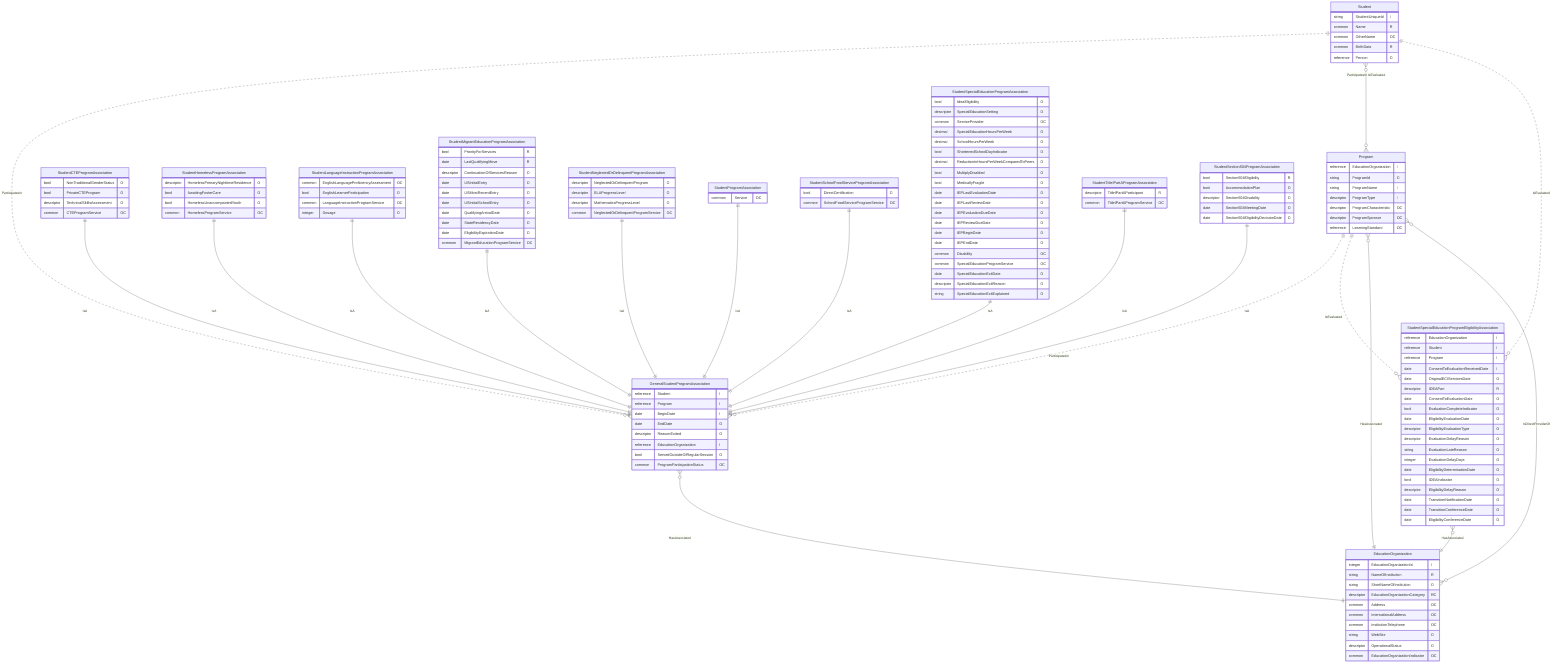
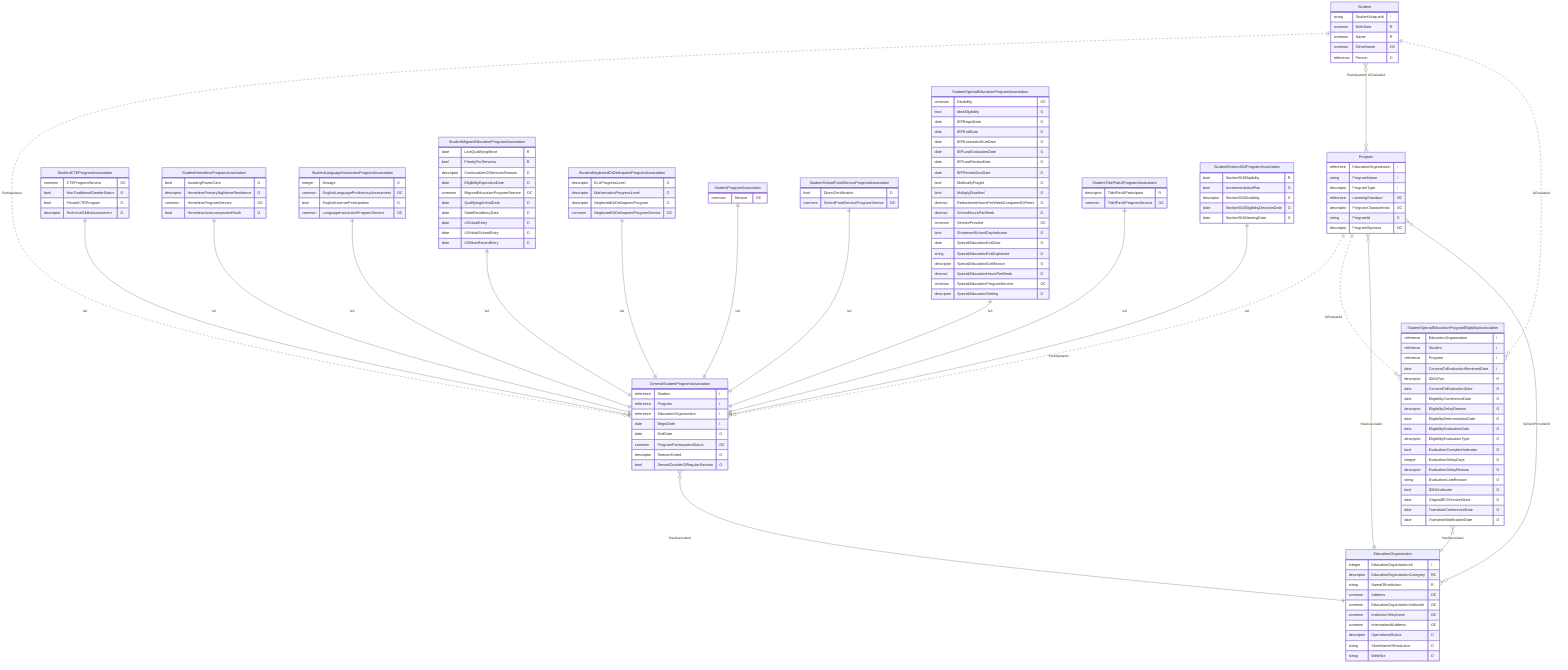
﻿erDiagram
    Program {
        reference EducationOrganization "I"
-         string ProgramId "O"
        string ProgramName "I"
        descriptor ProgramType "I"
+         reference LearningStandard "OC"
        descriptor ProgramCharacteristic "OC"
+         string ProgramId "O"
        descriptor ProgramSponsor "OC"
-         reference LearningStandard "OC"
    }
    Student {
        string StudentUniqueId "I"
+         common BirthData "R"
        common Name "R"
        common OtherName "OC"
-         common BirthData "R"
        reference Person "O"
    }
    EducationOrganization {
        integer EducationOrganizationId "I"
+         descriptor EducationOrganizationCategory "RC"
        string NameOfInstitution "R"
+         common Address "OC"
+         common EducationOrganizationIndicator "OC"
+         common InstitutionTelephone "OC"
+         common InternationalAddress "OC"
+         descriptor OperationalStatus "O"
        string ShortNameOfInstitution "O"
-         descriptor EducationOrganizationCategory "RC"
-         common Address "OC"
-         common InternationalAddress "OC"
-         common InstitutionTelephone "OC"
        string WebSite "O"
-         descriptor OperationalStatus "O"
-         common EducationOrganizationIndicator "OC"
    }
    GeneralStudentProgramAssociation {
        reference Student "I"
-         reference Program "I"
-         date BeginDate "I"
+ 		reference Program "I"
+ 		reference EducationOrganization "I"
+ 		date BeginDate "I"
        date EndDate "O"
+         common ProgramParticipationStatus "OC"
        descriptor ReasonExited "O"
-         reference EducationOrganization "I"
        bool ServedOutsideOfRegularSession "O"
-         common ProgramParticipationStatus "OC"
    }
    StudentCTEProgramAssociation {
+         common CTEProgramService "OC"
        bool NonTraditionalGenderStatus "O"
        bool PrivateCTEProgram "O"
        descriptor TechnicalSkillsAssessment "O"
-         common CTEProgramService "OC"
    }
    StudentHomelessProgramAssociation {
+         bool AwaitingFosterCare "O"
        descriptor HomelessPrimaryNighttimeResidence "O"
-         bool AwaitingFosterCare "O"
+         common HomelessProgramService "OC"
        bool HomelessUnaccompaniedYouth "O"
-         common HomelessProgramService "OC"
    }
    StudentLanguageInstructionProgramAssociation {
+         integer Dosage "O"
        common EnglishLanguageProficiencyAssessment "OC"
        bool EnglishLearnerParticipation "O"
        common LanguageInstructionProgramService "OC"
-         integer Dosage "O"
    }
    StudentMigrantEducationProgramAssociation {
+         date LastQualifyingMove "R"
        bool PriorityForServices "R"
-         date LastQualifyingMove "R"
        descriptor ContinuationOfServicesReason "O"
-         date USInitialEntry "O"
-         date USMostRecentEntry "O"
-         date USInitialSchoolEntry "O"
+         date EligibilityExpirationDate "O"
+         common MigrantEducationProgramService "OC"
        date QualifyingArrivalDate "O"
        date StateResidencyDate "O"
-         date EligibilityExpirationDate "O"
-         common MigrantEducationProgramService "OC"
+         date USInitialEntry "O"
+         date USInitialSchoolEntry "O"
+         date USMostRecentEntry "O"
    }
    StudentNeglectedOrDelinquentProgramAssociation {
-         descriptor NeglectedOrDelinquentProgram "O"
        descriptor ELAProgressLevel "O"
        descriptor MathematicsProgressLevel "O"
+         descriptor NeglectedOrDelinquentProgram "O"
        common NeglectedOrDelinquentProgramService "OC"
    }
    StudentProgramAssociation {
        common Service "OC"
    }
    StudentSchoolFoodServiceProgramAssociation {
        bool DirectCertification "O"
        common SchoolFoodServiceProgramService "OC"
    }
    StudentSpecialEducationProgramAssociation {
+         common Disability "OC"
        bool IdeaEligibility "O"
-         descriptor SpecialEducationSetting "O"
-         common ServiceProvider "OC"
-         decimal SpecialEducationHoursPerWeek "O"
-         decimal SchoolHoursPerWeek "O"
-         bool ShortenedSchoolDayIndicator "O"
-         decimal ReductionInHoursPerWeekComparedToPeers "O"
-         bool MultiplyDisabled "O"
-         bool MedicallyFragile "O"
+         date IEPBeginDate "O"
+         date IEPEndDate "O"
+         date IEPEvaluationDueDate "O"
        date IEPLastEvaluationDate "O"
        date IEPLastReviewDate "O"
-         date IEPEvaluationDueDate "O"
        date IEPReviewDueDate "O"
-         date IEPBeginDate "O"
-         date IEPEndDate "O"
-         common Disability "OC"
+         bool MedicallyFragile "O"
+         bool MultiplyDisabled "O"
+         decimal ReductionInHoursPerWeekComparedToPeers "O"
+         decimal SchoolHoursPerWeek "O"
+         common ServiceProvider "OC"
+         bool ShortenedSchoolDayIndicator "O"
+         date SpecialEducationExitDate "O"
+         string SpecialEducationExitExplained "O"
+         descriptor SpecialEducationExitReason "O"
+         decimal SpecialEducationHoursPerWeek "O"
        common SpecialEducationProgramService "OC"
-         date SpecialEducationExitDate "O"
-         descriptor SpecialEducationExitReason "O"
-         string SpecialEducationExitExplained "O"
+         descriptor SpecialEducationSetting "O"
    }
    StudentTitleIPartAProgramAssociation {
        descriptor TitleIPartAParticipant "R"
        common TitleIPartAProgramService "OC"
    }
    StudentSpecialEducationProgramEligibilityAssociation {
-         reference EducationOrganization "I"
-         reference Student "I"
-         reference Program "I"
-         date ConsentToEvaluationReceivedDate "I"
-         date OriginalECIServicesDate "O"
-         descriptor IDEAPart "R"
+ 	    reference EducationOrganization "I"
+ 		reference Student "I"
+ 	    reference Program "I"
+ 		date ConsentToEvaluationReceivedDate "I"
+ 	    descriptor IDEAPart "R"
        date ConsentToEvaluationDate "O"
-         bool EvaluationCompleteIndicator "O"
+         date EligibilityConferenceDate "O"
+         descriptor EligibilityDelayReason "O"
+         date EligibilityDeterminationDate "O"
        date EligibilityEvaluationDate "O"
        descriptor EligibilityEvaluationType "O"
+         bool EvaluationCompleteIndicator "O"
+         integer EvaluationDelayDays "O"
        descriptor EvaluationDelayReason "O"
        string EvaluationLateReason "O"
-         integer EvaluationDelayDays "O"
-         date EligibilityDeterminationDate "O"
        bool IDEAIndicator "O"
-         descriptor EligibilityDelayReason "O"
+         date OriginalECIServicesDate "O"
+         date TransitionConferenceDate "O"
        date TransitionNotificationDate "O"
-         date TransitionConferenceDate "O"
-         date EligibilityConferenceDate "O"
    }
    StudentSection504ProgramAssociation {
        bool Section504Eligibility "R"
        bool AccommodationPlan "O"
        descriptor Section504Disability "O"
+         date Section504EligibilityDecisionDate "O"
        date Section504MeetingDate "O"
-         date Section504EligibilityDecisionDate "O"
    }
    EducationOrganization ||--o{ Program : "HasAssociated"
    EducationOrganization }o--o{ Program : "IsDirectProviderOf"
    Student ||..o{ GeneralStudentProgramAssociation : "ParticipatesIn"
    Program ||..o{ GeneralStudentProgramAssociation : "ParticipatesIn"
    Student }o--o{ Program : "ParticipatesIn IsEvaluated"
    GeneralStudentProgramAssociation }o--|| EducationOrganization : "HasAssociated"
    Student ||..o{ StudentSpecialEducationProgramEligibilityAssociation : "IsEvaluated"
    Program ||..o{ StudentSpecialEducationProgramEligibilityAssociation : "IsEvaluated"
    StudentSpecialEducationProgramEligibilityAssociation }o--|| EducationOrganization : "HasAssociated"
    StudentCTEProgramAssociation ||--|| GeneralStudentProgramAssociation : "IsA"
    StudentHomelessProgramAssociation ||--|| GeneralStudentProgramAssociation : "IsA"
    StudentLanguageInstructionProgramAssociation ||--|| GeneralStudentProgramAssociation : "IsA"
    StudentMigrantEducationProgramAssociation ||--|| GeneralStudentProgramAssociation : "IsA"
    StudentNeglectedOrDelinquentProgramAssociation ||--|| GeneralStudentProgramAssociation : "IsA"
    StudentProgramAssociation ||--|| GeneralStudentProgramAssociation : "IsA"
    StudentSchoolFoodServiceProgramAssociation ||--|| GeneralStudentProgramAssociation : "IsA"
    StudentSpecialEducationProgramAssociation ||--|| GeneralStudentProgramAssociation : "IsA"
    StudentTitleIPartAProgramAssociation ||--|| GeneralStudentProgramAssociation : "IsA"
    StudentSection504ProgramAssociation ||--|| GeneralStudentProgramAssociation : "IsA"
